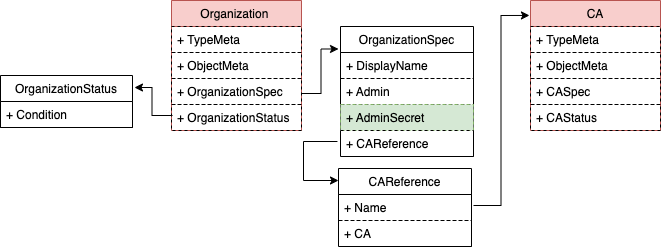
Above: dev_design/images/organization-crd.png in bestchains/product-design (draw.io), before the change. Source tidied: cells renumbered, new cells last; positions are measured from the earlier drawing's top-left corner, leaving out a move shared by most shapes.
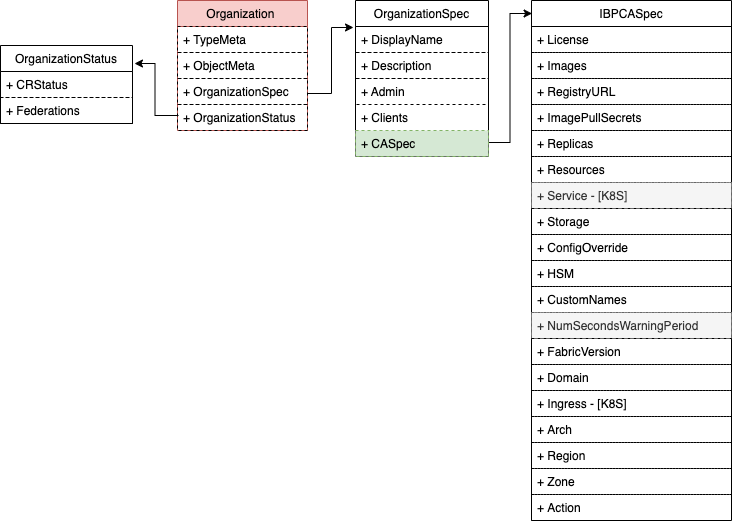
The same diagram one commit later.

Commit message:
fix: update organization design doc

Change to the diagram source:
```diff
@@ -3,22 +3,25 @@
     <mxCell id="0" />
     <mxCell id="1" parent="0" />
     <mxCell id="2" value="OrganizationSpec" style="swimlane;fontStyle=0;horizontal=1;startSize=26;fillColor=none;rounded=0;shadow=0;comic=0;" parent="1" vertex="1">
-      <mxGeometry x="340" y="26" width="133" height="130" as="geometry" />
+      <mxGeometry x="340" y="26" width="133" height="156" as="geometry" />
     </mxCell>
     <mxCell id="3" value="+ DisplayName" style="text;strokeColor=#000000;fillColor=none;align=left;verticalAlign=top;spacingLeft=4;spacingRight=4;overflow=hidden;dashed=1;rounded=0;gradientColor=none;" parent="2" vertex="1">
       <mxGeometry y="26" width="133" height="26" as="geometry" />
     </mxCell>
+    <mxCell id="26" value="+ Description" style="text;strokeColor=#000000;fillColor=none;align=left;verticalAlign=top;spacingLeft=4;spacingRight=4;overflow=hidden;dashed=1;rounded=0;gradientColor=none;" parent="2" vertex="1">
+      <mxGeometry y="52" width="133" height="26" as="geometry" />
+    </mxCell>
     <mxCell id="4" value="+ Admin" style="text;strokeColor=#000000;fillColor=none;align=left;verticalAlign=top;spacingLeft=4;spacingRight=4;overflow=hidden;dashed=1;rounded=0;gradientColor=none;" parent="2" vertex="1">
-      <mxGeometry y="52" width="133" height="26" as="geometry" />
+      <mxGeometry y="78" width="133" height="26" as="geometry" />
     </mxCell>
-    <mxCell id="5" value="+ AdminSecret" style="text;strokeColor=#82b366;fillColor=#d5e8d4;align=left;verticalAlign=top;spacingLeft=4;spacingRight=4;overflow=hidden;dashed=1;rounded=0;" parent="2" vertex="1">
-      <mxGeometry y="78" width="133" height="26" as="geometry" />
+    <mxCell id="5" value="+ Clients" style="text;align=left;verticalAlign=top;spacingLeft=4;spacingRight=4;overflow=hidden;dashed=1;rounded=0;" parent="2" vertex="1">
+      <mxGeometry y="104" width="133" height="26" as="geometry" />
     </mxCell>
-    <mxCell id="6" value="+ CAReference&#10;  " style="text;strokeColor=#000000;fillColor=none;align=left;verticalAlign=top;spacingLeft=4;spacingRight=4;overflow=hidden;points=[[0,0.5],[1,0.5]];portConstraint=eastwest;dashed=1;rounded=0;gradientColor=none;" parent="2" vertex="1">
-      <mxGeometry y="104" width="133" height="26" as="geometry" />
+    <mxCell id="6" value="+ CASpec&#10;  " style="text;strokeColor=#82b366;fillColor=#d5e8d4;align=left;verticalAlign=top;spacingLeft=4;spacingRight=4;overflow=hidden;points=[[0,0.5],[1,0.5]];portConstraint=eastwest;dashed=1;rounded=0;" parent="2" vertex="1">
+      <mxGeometry y="130" width="133" height="26" as="geometry" />
     </mxCell>
     <mxCell id="7" value="Organization " style="swimlane;fontStyle=0;horizontal=1;startSize=26;fillColor=#f8cecc;rounded=0;shadow=0;comic=0;swimlaneLine=1;glass=0;swimlaneFillColor=none;strokeColor=#b85450;" parent="1" vertex="1">
-      <mxGeometry x="171" width="130" height="130" as="geometry" />
+      <mxGeometry x="162" y="26" width="130" height="130" as="geometry" />
     </mxCell>
     <mxCell id="8" value="+ TypeMeta" style="text;strokeColor=#000000;fillColor=none;align=left;verticalAlign=top;spacingLeft=4;spacingRight=4;overflow=hidden;dashed=1;rounded=0;glass=0;" parent="7" vertex="1">
       <mxGeometry y="26" width="130" height="26" as="geometry" />
@@ -33,51 +36,82 @@
       <mxGeometry y="104" width="130" height="26" as="geometry" />
     </mxCell>
     <mxCell id="12" value="OrganizationStatus" style="swimlane;fontStyle=0;horizontal=1;startSize=26;fillColor=none;rounded=0;shadow=0;comic=0;swimlaneLine=1;glass=0;swimlaneFillColor=none;" parent="1" vertex="1">
-      <mxGeometry y="75" width="132" height="52" as="geometry" />
+      <mxGeometry x="-15" y="71" width="132" height="78" as="geometry" />
     </mxCell>
-    <mxCell id="13" value="+ Condition" style="text;strokeColor=#000000;fillColor=none;align=left;verticalAlign=top;spacingLeft=4;spacingRight=4;overflow=hidden;dashed=1;rounded=0;glass=0;" parent="12" vertex="1">
+    <mxCell id="13" value="+ CRStatus" style="text;strokeColor=#000000;fillColor=none;align=left;verticalAlign=top;spacingLeft=4;spacingRight=4;overflow=hidden;dashed=1;rounded=0;glass=0;" parent="12" vertex="1">
       <mxGeometry y="26" width="132" height="26" as="geometry" />
     </mxCell>
-    <mxCell id="14" value="CA" style="swimlane;fontStyle=0;horizontal=1;startSize=26;fillColor=#f8cecc;rounded=0;shadow=0;comic=0;swimlaneLine=1;glass=0;swimlaneFillColor=none;strokeColor=#b85450;" parent="1" vertex="1">
-      <mxGeometry x="530" width="130" height="130" as="geometry" />
-    </mxCell>
-    <mxCell id="15" value="+ TypeMeta" style="text;strokeColor=#000000;fillColor=none;align=left;verticalAlign=top;spacingLeft=4;spacingRight=4;overflow=hidden;dashed=1;rounded=0;glass=0;" parent="14" vertex="1">
-      <mxGeometry y="26" width="130" height="26" as="geometry" />
-    </mxCell>
-    <mxCell id="16" value="+ ObjectMeta" style="text;strokeColor=#000000;fillColor=none;align=left;verticalAlign=top;spacingLeft=4;spacingRight=4;overflow=hidden;dashed=1;rounded=0;glass=0;" parent="14" vertex="1">
-      <mxGeometry y="52" width="130" height="26" as="geometry" />
-    </mxCell>
-    <mxCell id="17" value="+ CASpec" style="text;strokeColor=#000000;fillColor=none;align=left;verticalAlign=top;spacingLeft=4;spacingRight=4;overflow=hidden;rounded=0;dashed=1;glass=0;" parent="14" vertex="1">
-      <mxGeometry y="78" width="130" height="26" as="geometry" />
-    </mxCell>
-    <mxCell id="18" value="+ CAStatus" style="text;strokeColor=#000000;fillColor=none;align=left;verticalAlign=top;spacingLeft=4;spacingRight=4;overflow=hidden;rounded=0;dashed=1;glass=0;" parent="14" vertex="1">
-      <mxGeometry y="104" width="130" height="26" as="geometry" />
-    </mxCell>
+    <mxCell id="27" value="+ Federations" style="text;strokeColor=#000000;fillColor=none;align=left;verticalAlign=top;spacingLeft=4;spacingRight=4;overflow=hidden;dashed=1;rounded=0;glass=0;" parent="12" vertex="1">
+      <mxGeometry y="52" width="132" height="26" as="geometry" />
+    </mxCell>
     <mxCell id="19" style="endArrow=classic;html=1;rounded=0;exitX=0.008;exitY=0.423;exitDx=0;exitDy=0;exitPerimeter=0;entryX=1.015;entryY=0.231;entryDx=0;entryDy=0;entryPerimeter=0;edgeStyle=orthogonalEdgeStyle;" parent="1" edge="1" source="11" target="12">
       <mxGeometry relative="1" as="geometry" />
     </mxCell>
     <mxCell id="20" style="endArrow=classic;html=1;rounded=0;entryX=-0.015;entryY=0.173;entryDx=0;entryDy=0;entryPerimeter=0;edgeStyle=orthogonalEdgeStyle;exitX=1;exitY=0.577;exitDx=0;exitDy=0;exitPerimeter=0;" parent="1" edge="1" source="10" target="2">
       <mxGeometry relative="1" as="geometry" />
     </mxCell>
-    <mxCell id="21" style="endArrow=classic;html=1;rounded=0;entryX=-0.008;entryY=0.115;entryDx=0;entryDy=0;entryPerimeter=0;edgeStyle=orthogonalEdgeStyle;exitX=1.015;exitY=0.423;exitDx=0;exitDy=0;exitPerimeter=0;" parent="1" edge="1" source="23" target="14">
-      <mxGeometry relative="1" as="geometry" />
-    </mxCell>
-    <mxCell id="22" value="CAReference" style="swimlane;fontStyle=0;horizontal=1;startSize=26;fillColor=none;rounded=0;shadow=0;comic=0;" parent="1" vertex="1">
-      <mxGeometry x="338" y="168" width="133" height="78" as="geometry" />
-    </mxCell>
-    <mxCell id="23" value="+ Name" style="text;strokeColor=#000000;fillColor=none;align=left;verticalAlign=top;spacingLeft=4;spacingRight=4;overflow=hidden;points=[[0,0.5],[1,0.5]];portConstraint=eastwest;dashed=1;rounded=0;gradientColor=none;" parent="22" vertex="1">
-      <mxGeometry y="26" width="133" height="26" as="geometry" />
-    </mxCell>
-    <mxCell id="24" value="+ CA" style="text;strokeColor=#000000;fillColor=none;align=left;verticalAlign=top;spacingLeft=4;spacingRight=4;overflow=hidden;dashed=1;rounded=0;gradientColor=none;" parent="22" vertex="1">
-      <mxGeometry y="52" width="133" height="26" as="geometry" />
-    </mxCell>
-    <mxCell id="25" style="endArrow=classic;html=1;rounded=0;exitX=-0.023;exitY=0.423;exitDx=0;exitDy=0;exitPerimeter=0;edgeStyle=orthogonalEdgeStyle;" parent="1" edge="1" source="6" target="22">
-      <mxGeometry relative="1" as="geometry">
-        <Array as="points">
-          <mxPoint x="303" y="141" />
-          <mxPoint x="303" y="180" />
-        </Array>
-      </mxGeometry>
-    </mxCell>
+    <mxCell id="28" value="IBPCASpec" style="swimlane;fontStyle=0;horizontal=1;startSize=26;rounded=0;shadow=0;comic=0;swimlaneLine=1;glass=0;swimlaneFillColor=none;" parent="1" vertex="1">
+      <mxGeometry x="516" y="26" width="200" height="520" as="geometry" />
+    </mxCell>
+    <mxCell id="29" value="+ License" style="text;strokeColor=#000000;fillColor=none;align=left;verticalAlign=top;spacingLeft=4;spacingRight=4;overflow=hidden;dashed=1;rounded=0;glass=0;" parent="28" vertex="1">
+      <mxGeometry y="26" width="200" height="26" as="geometry" />
+    </mxCell>
+    <mxCell id="30" value="+ Images" style="text;strokeColor=#000000;fillColor=none;align=left;verticalAlign=top;spacingLeft=4;spacingRight=4;overflow=hidden;dashed=1;rounded=0;glass=0;" parent="28" vertex="1">
+      <mxGeometry y="52" width="200" height="26" as="geometry" />
+    </mxCell>
+    <mxCell id="31" value="+ RegistryURL" style="text;strokeColor=#000000;fillColor=none;align=left;verticalAlign=top;spacingLeft=4;spacingRight=4;overflow=hidden;rounded=0;dashed=1;glass=0;" parent="28" vertex="1">
+      <mxGeometry y="78" width="200" height="26" as="geometry" />
+    </mxCell>
+    <mxCell id="32" value="+ ImagePullSecrets" style="text;strokeColor=#000000;fillColor=none;align=left;verticalAlign=top;spacingLeft=4;spacingRight=4;overflow=hidden;rounded=0;dashed=1;glass=0;" parent="28" vertex="1">
+      <mxGeometry y="104" width="200" height="26" as="geometry" />
+    </mxCell>
+    <mxCell id="33" value="+ Replicas" style="text;strokeColor=#000000;fillColor=none;align=left;verticalAlign=top;spacingLeft=4;spacingRight=4;overflow=hidden;rounded=0;dashed=1;glass=0;" parent="28" vertex="1">
+      <mxGeometry y="130" width="200" height="26" as="geometry" />
+    </mxCell>
+    <mxCell id="34" value="+ Resources" style="text;strokeColor=#000000;fillColor=none;align=left;verticalAlign=top;spacingLeft=4;spacingRight=4;overflow=hidden;rounded=0;dashed=1;glass=0;" parent="28" vertex="1">
+      <mxGeometry y="156" width="200" height="26" as="geometry" />
+    </mxCell>
+    <mxCell id="35" value="+ Service - [K8S]" style="text;strokeColor=#666666;fillColor=#f5f5f5;align=left;verticalAlign=top;spacingLeft=4;spacingRight=4;overflow=hidden;rounded=0;dashed=1;glass=0;fontColor=#333333;" parent="28" vertex="1">
+      <mxGeometry y="182" width="200" height="26" as="geometry" />
+    </mxCell>
+    <mxCell id="36" value="+ Storage" style="text;strokeColor=#000000;fillColor=none;align=left;verticalAlign=top;spacingLeft=4;spacingRight=4;overflow=hidden;rounded=0;dashed=1;glass=0;" parent="28" vertex="1">
+      <mxGeometry y="208" width="200" height="26" as="geometry" />
+    </mxCell>
+    <mxCell id="37" value="+ ConfigOverride" style="text;strokeColor=#000000;fillColor=none;align=left;verticalAlign=top;spacingLeft=4;spacingRight=4;overflow=hidden;rounded=0;dashed=1;glass=0;" parent="28" vertex="1">
+      <mxGeometry y="234" width="200" height="26" as="geometry" />
+    </mxCell>
+    <mxCell id="38" value="+ HSM" style="text;strokeColor=#000000;fillColor=none;align=left;verticalAlign=top;spacingLeft=4;spacingRight=4;overflow=hidden;rounded=0;dashed=1;glass=0;" parent="28" vertex="1">
+      <mxGeometry y="260" width="200" height="26" as="geometry" />
+    </mxCell>
+    <mxCell id="39" value="+ CustomNames" style="text;strokeColor=#000000;fillColor=none;align=left;verticalAlign=top;spacingLeft=4;spacingRight=4;overflow=hidden;rounded=0;dashed=1;glass=0;" parent="28" vertex="1">
+      <mxGeometry y="286" width="200" height="26" as="geometry" />
+    </mxCell>
+    <mxCell id="40" value="+ NumSecondsWarningPeriod" style="text;strokeColor=#666666;fillColor=#f5f5f5;align=left;verticalAlign=top;spacingLeft=4;spacingRight=4;overflow=hidden;rounded=0;dashed=1;glass=0;fontColor=#333333;" parent="28" vertex="1">
+      <mxGeometry y="312" width="200" height="26" as="geometry" />
+    </mxCell>
+    <mxCell id="41" value="+ FabricVersion" style="text;strokeColor=#000000;fillColor=none;align=left;verticalAlign=top;spacingLeft=4;spacingRight=4;overflow=hidden;rounded=0;dashed=1;glass=0;" parent="28" vertex="1">
+      <mxGeometry y="338" width="200" height="26" as="geometry" />
+    </mxCell>
+    <mxCell id="42" value="+ Domain" style="text;strokeColor=#000000;fillColor=none;align=left;verticalAlign=top;spacingLeft=4;spacingRight=4;overflow=hidden;rounded=0;dashed=1;glass=0;" parent="28" vertex="1">
+      <mxGeometry y="364" width="200" height="26" as="geometry" />
+    </mxCell>
+    <mxCell id="43" value="+ Ingress - [K8S]" style="text;strokeColor=#000000;fillColor=none;align=left;verticalAlign=top;spacingLeft=4;spacingRight=4;overflow=hidden;rounded=0;dashed=1;glass=0;" parent="28" vertex="1">
+      <mxGeometry y="390" width="200" height="26" as="geometry" />
+    </mxCell>
+    <mxCell id="44" value="+ Arch" style="text;strokeColor=#000000;fillColor=none;align=left;verticalAlign=top;spacingLeft=4;spacingRight=4;overflow=hidden;rounded=0;dashed=1;glass=0;" parent="28" vertex="1">
+      <mxGeometry y="416" width="200" height="26" as="geometry" />
+    </mxCell>
+    <mxCell id="45" value="+ Region" style="text;strokeColor=#000000;fillColor=none;align=left;verticalAlign=top;spacingLeft=4;spacingRight=4;overflow=hidden;rounded=0;dashed=1;glass=0;" parent="28" vertex="1">
+      <mxGeometry y="442" width="200" height="26" as="geometry" />
+    </mxCell>
+    <mxCell id="46" value="+ Zone" style="text;strokeColor=#000000;fillColor=none;align=left;verticalAlign=top;spacingLeft=4;spacingRight=4;overflow=hidden;rounded=0;dashed=1;glass=0;" parent="28" vertex="1">
+      <mxGeometry y="468" width="200" height="26" as="geometry" />
+    </mxCell>
+    <mxCell id="47" value="+ Action" style="text;strokeColor=#000000;fillColor=none;align=left;verticalAlign=top;spacingLeft=4;spacingRight=4;overflow=hidden;rounded=0;dashed=1;glass=0;" parent="28" vertex="1">
+      <mxGeometry y="494" width="200" height="26" as="geometry" />
+    </mxCell>
+    <mxCell id="48" style="endArrow=classic;html=1;rounded=0;exitX=1.004;exitY=0.462;exitDx=0;exitDy=0;exitPerimeter=0;entryX=0.003;entryY=0.025;entryDx=0;entryDy=0;entryPerimeter=0;edgeStyle=orthogonalEdgeStyle;" parent="1" edge="1" source="6" target="28">
+      <mxGeometry relative="1" as="geometry" />
+    </mxCell>
   </root>
 </mxGraphModel>
```
